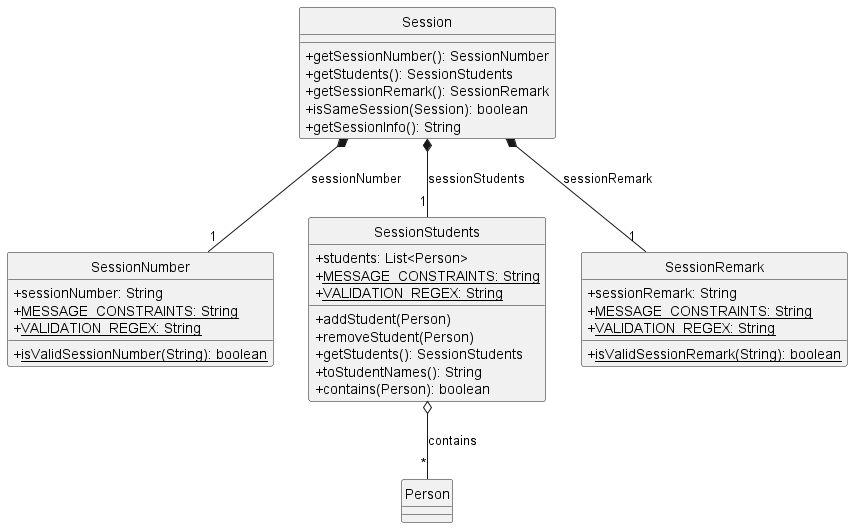
The PlantUML diagram docs/images/SessionClassUML.png in raydenlim/tp, before a commit.
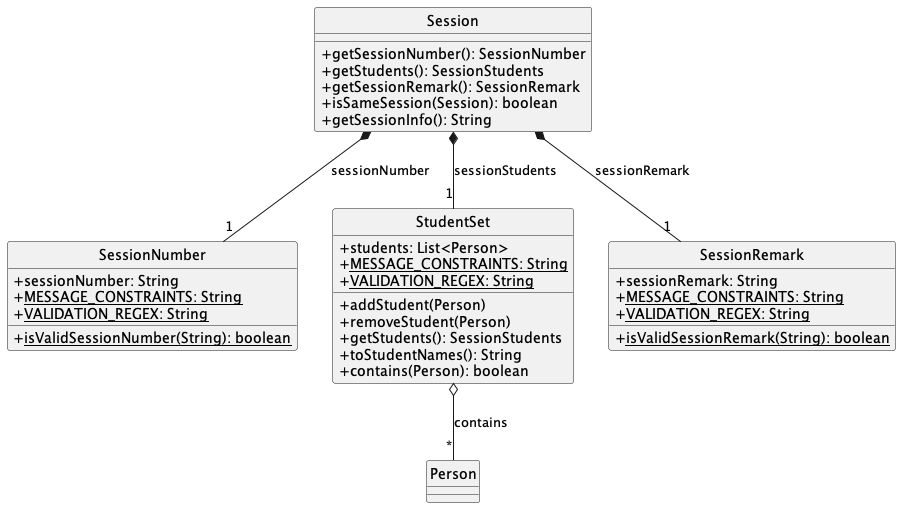
Above is the later version.

Commit message:
Add cons for takeattendance dg

The edit, as a diff of the source:
```diff
@@ -17,7 +17,7 @@
   + <u>isValidSessionNumber(String): boolean
 }
 
-class SessionStudents {
+class StudentSet {
   + students: List<Person>
   + <u>MESSAGE_CONSTRAINTS: String
   + <u>VALIDATION_REGEX: String
@@ -39,8 +39,8 @@
 }
 
 Session *-- "1" SessionNumber: sessionNumber
-Session *-- "1" SessionStudents: sessionStudents
+Session *-- "1" StudentSet: sessionStudents
 Session *-- "1" SessionRemark: sessionRemark
-SessionStudents o-- "*" Person: contains
+StudentSet o-- "*" Person: contains
 
 @enduml
```
